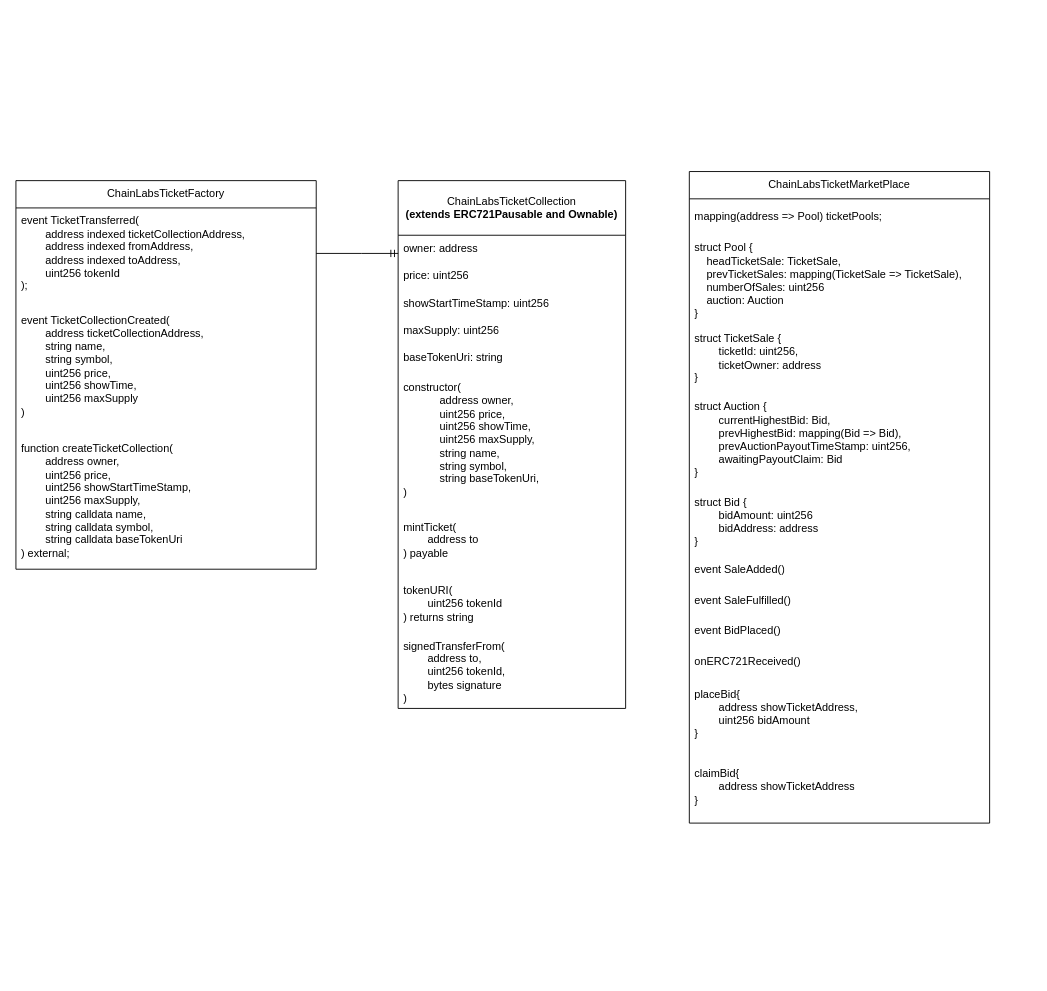
The draw.io diagram design.drawio in SaratAngajalaoffl/chainlabs-ticketing, before the edit. Source tidied: cells renumbered, new cells numbered last; positions are measured from the earlier drawing's top-left corner, leaving out a move shared by most shapes. Both pictures are drawn from the tidied source at 91%, with x=0, y=0 at pixel (15, 171).
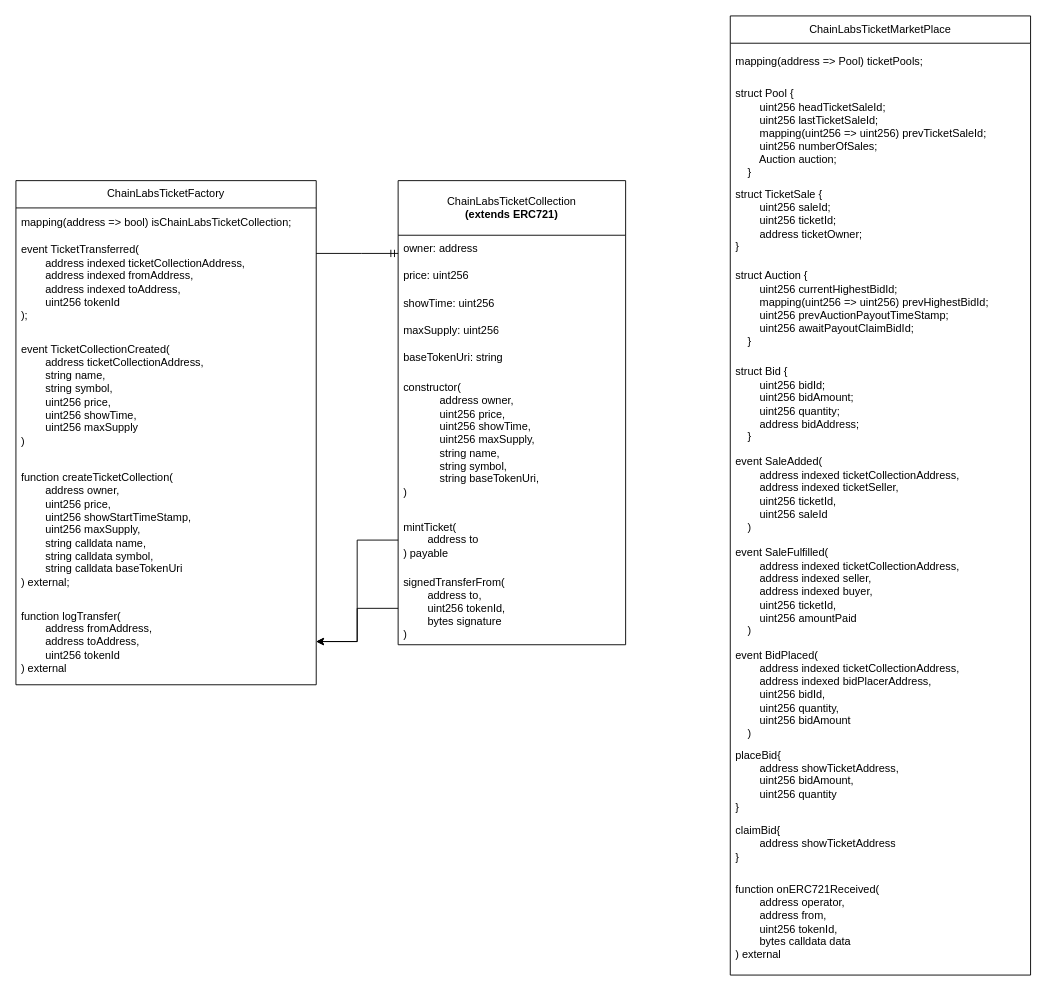
The same page after the edit.

Unchanged cells that the change refers to:
```xml
<mxCell id="14" value="mintTicket(&lt;br&gt;&lt;span style=&quot;white-space: pre;&quot;&gt;&#9;&lt;/span&gt;address to&lt;br&gt;) payable" style="text;strokeColor=none;fillColor=none;align=left;verticalAlign=middle;spacingLeft=4;spacingRight=4;overflow=hidden;points=[[0,0.5],[1,0.5]];portConstraint=eastwest;whiteSpace=wrap;html=1;" parent="7" vertex="1">
  <mxGeometry y="360" width="250" height="70" as="geometry" />
</mxCell>
```

What changed in the source:
```diff
@@
     <mxCell id="3" value="ChainLabsTicketFactory" style="swimlane;fontStyle=0;horizontal=1;startSize=30;whiteSpace=wrap;html=1;" parent="1" vertex="1">
-      <mxGeometry y="10" width="330" height="427" as="geometry" />
+      <mxGeometry y="10" width="330" height="554" as="geometry" />
     </mxCell>
+    <mxCell id="29" value="mapping(address =&amp;gt; bool) isChainLabsTicketCollection;" style="text;strokeColor=none;fillColor=none;align=left;verticalAlign=middle;spacingLeft=4;spacingRight=4;overflow=hidden;whiteSpace=wrap;html=1;" parent="3" vertex="1">
+      <mxGeometry y="30" width="330" height="32" as="geometry" />
+    </mxCell>
     <mxCell id="4" value="&lt;div&gt;event TicketTransferred(&lt;/div&gt;&lt;div&gt;&amp;nbsp; &amp;nbsp; &amp;nbsp; &amp;nbsp; address indexed ticketCollectionAddress,&lt;/div&gt;&lt;div&gt;&amp;nbsp; &amp;nbsp; &amp;nbsp; &amp;nbsp; address indexed fromAddress,&lt;/div&gt;&lt;div&gt;&amp;nbsp; &amp;nbsp; &amp;nbsp; &amp;nbsp; address indexed toAddress,&lt;/div&gt;&lt;div&gt;&amp;nbsp; &amp;nbsp; &amp;nbsp; &amp;nbsp; uint256 tokenId&lt;/div&gt;&lt;div&gt;);&lt;/div&gt;" style="text;strokeColor=none;fillColor=none;align=left;verticalAlign=middle;spacingLeft=4;spacingRight=4;overflow=hidden;points=[[0,0.5],[1,0.5]];portConstraint=eastwest;whiteSpace=wrap;html=1;" parent="3" vertex="1">
-      <mxGeometry y="30" width="330" height="100" as="geometry" />
+      <mxGeometry y="62" width="330" height="100" as="geometry" />
     </mxCell>
     <mxCell id="5" value="&lt;div&gt;event TicketCollectionCreated(&lt;/div&gt;&lt;div&gt;&amp;nbsp; &amp;nbsp; &amp;nbsp; &amp;nbsp; address ticketCollectionAddress,&lt;/div&gt;&lt;div&gt;&amp;nbsp; &amp;nbsp; &amp;nbsp; &amp;nbsp; string name,&lt;/div&gt;&lt;div&gt;&amp;nbsp; &amp;nbsp; &amp;nbsp; &amp;nbsp; string symbol,&lt;/div&gt;&lt;div&gt;&amp;nbsp; &amp;nbsp; &amp;nbsp; &amp;nbsp; uint256 price,&lt;/div&gt;&lt;div&gt;&amp;nbsp; &amp;nbsp; &amp;nbsp; &amp;nbsp; uint256 showTime,&lt;/div&gt;&lt;div&gt;&amp;nbsp; &amp;nbsp; &amp;nbsp; &amp;nbsp; uint256 maxSupply&lt;/div&gt;&lt;div&gt;)&lt;/div&gt;" style="text;strokeColor=none;fillColor=none;align=left;verticalAlign=middle;spacingLeft=4;spacingRight=4;overflow=hidden;whiteSpace=wrap;html=1;" parent="3" vertex="1">
-      <mxGeometry y="130" width="330" height="147" as="geometry" />
+      <mxGeometry y="162" width="330" height="147" as="geometry" />
     </mxCell>
     <mxCell id="6" value="&lt;div&gt;function createTicketCollection(&lt;/div&gt;&lt;div&gt;&amp;nbsp; &amp;nbsp; &amp;nbsp; &amp;nbsp; address owner,&lt;/div&gt;&lt;div&gt;&amp;nbsp; &amp;nbsp; &amp;nbsp; &amp;nbsp; uint256 price,&lt;/div&gt;&lt;div&gt;&amp;nbsp; &amp;nbsp; &amp;nbsp; &amp;nbsp; uint256 showStartTimeStamp,&lt;/div&gt;&lt;div&gt;&amp;nbsp; &amp;nbsp; &amp;nbsp; &amp;nbsp; uint256 maxSupply,&lt;/div&gt;&lt;div&gt;&amp;nbsp; &amp;nbsp; &amp;nbsp; &amp;nbsp; string calldata name,&lt;/div&gt;&lt;div&gt;&amp;nbsp; &amp;nbsp; &amp;nbsp; &amp;nbsp; string calldata symbol,&lt;/div&gt;&lt;div&gt;&amp;nbsp; &amp;nbsp; &amp;nbsp; &amp;nbsp; string calldata baseTokenUri&lt;/div&gt;&lt;div&gt;&lt;span style=&quot;background-color: initial;&quot;&gt;) external;&lt;/span&gt;&lt;/div&gt;" style="text;strokeColor=none;fillColor=none;align=left;verticalAlign=middle;spacingLeft=4;spacingRight=4;overflow=hidden;whiteSpace=wrap;html=1;" parent="3" vertex="1">
-      <mxGeometry y="277" width="330" height="150" as="geometry" />
+      <mxGeometry y="309" width="330" height="150" as="geometry" />
     </mxCell>
+    <mxCell id="30" value="&lt;div&gt;function logTransfer(&lt;/div&gt;&lt;div&gt;&amp;nbsp; &amp;nbsp; &amp;nbsp; &amp;nbsp; address fromAddress,&lt;/div&gt;&lt;div&gt;&amp;nbsp; &amp;nbsp; &amp;nbsp; &amp;nbsp; address toAddress,&lt;/div&gt;&lt;div&gt;&amp;nbsp; &amp;nbsp; &amp;nbsp; &amp;nbsp; uint256 tokenId&lt;/div&gt;&lt;div&gt;) external&lt;/div&gt;" style="text;strokeColor=none;fillColor=none;align=left;verticalAlign=middle;spacingLeft=4;spacingRight=4;overflow=hidden;points=[[0,0.5],[1,0.5]];portConstraint=eastwest;whiteSpace=wrap;html=1;" parent="3" vertex="1">
+      <mxGeometry y="459" width="330" height="95" as="geometry" />
+    </mxCell>
-    <mxCell id="7" value="ChainLabsTicketCollection&lt;br style=&quot;border-color: var(--border-color); font-weight: 700;&quot;&gt;&lt;span style=&quot;font-weight: 700;&quot;&gt;(extends ERC721Pausable and Ownable)&lt;/span&gt;" style="swimlane;fontStyle=0;horizontal=1;startSize=60;whiteSpace=wrap;html=1;" parent="1" vertex="1">
-      <mxGeometry x="420" y="10" width="250" height="580" as="geometry" />
+    <mxCell id="7" value="ChainLabsTicketCollection&lt;br style=&quot;border-color: var(--border-color); font-weight: 700;&quot;&gt;&lt;span style=&quot;font-weight: 700;&quot;&gt;(extends ERC721)&lt;/span&gt;" style="swimlane;fontStyle=0;horizontal=1;startSize=60;whiteSpace=wrap;html=1;" parent="1" vertex="1">
+      <mxGeometry x="420" y="10" width="250" height="510" as="geometry" />
     </mxCell>
@@
-    <mxCell id="10" value="showStartTimeStamp: uint256" style="text;strokeColor=none;fillColor=none;align=left;verticalAlign=middle;spacingLeft=4;spacingRight=4;overflow=hidden;whiteSpace=wrap;html=1;" parent="7" vertex="1">
+    <mxCell id="10" value="showTime: uint256" style="text;strokeColor=none;fillColor=none;align=left;verticalAlign=middle;spacingLeft=4;spacingRight=4;overflow=hidden;whiteSpace=wrap;html=1;" parent="7" vertex="1">
       <mxGeometry y="120" width="250" height="30" as="geometry" />
     </mxCell>
@@
-    <mxCell id="15" value="tokenURI(&lt;br&gt;&lt;span style=&quot;white-space: pre;&quot;&gt;&#9;&lt;/span&gt;uint256 tokenId&lt;br&gt;) returns string" style="text;strokeColor=none;fillColor=none;align=left;verticalAlign=middle;spacingLeft=4;spacingRight=4;overflow=hidden;whiteSpace=wrap;html=1;" parent="7" vertex="1">
-      <mxGeometry y="430" width="250" height="70" as="geometry" />
-    </mxCell>
     <mxCell id="16" value="signedTransferFrom(&lt;br&gt;&lt;span style=&quot;white-space: pre;&quot;&gt;&#9;&lt;/span&gt;address to,&lt;br&gt;&lt;span style=&quot;white-space: pre;&quot;&gt;&#9;&lt;/span&gt;uint256 tokenId,&lt;br&gt;&lt;span style=&quot;white-space: pre;&quot;&gt;&#9;&lt;/span&gt;bytes signature&lt;br&gt;)" style="text;strokeColor=none;fillColor=none;align=left;verticalAlign=middle;spacingLeft=4;spacingRight=4;overflow=hidden;points=[[0,0.5],[1,0.5]];portConstraint=eastwest;whiteSpace=wrap;html=1;" parent="7" vertex="1">
-      <mxGeometry y="500" width="250" height="80" as="geometry" />
+      <mxGeometry y="430" width="250" height="80" as="geometry" />
     </mxCell>
     <mxCell id="17" value="ChainLabsTicketMarketPlace" style="swimlane;fontStyle=0;horizontal=1;startSize=30;whiteSpace=wrap;html=1;" parent="1" vertex="1">
-      <mxGeometry x="740" width="330" height="716" as="geometry" />
+      <mxGeometry x="785" y="-171" width="330" height="1054" as="geometry" />
     </mxCell>
@@
-    <mxCell id="19" value="struct Pool {&lt;br&gt;&lt;span style=&quot;&quot;&gt;&lt;span style=&quot;&quot;&gt;&amp;nbsp;&amp;nbsp;&amp;nbsp;&amp;nbsp;&lt;/span&gt;&lt;/span&gt;headTicketSale: TicketSale,&lt;br&gt;&lt;span style=&quot;&quot;&gt;&lt;span style=&quot;&quot;&gt;&amp;nbsp;&amp;nbsp;&amp;nbsp;&amp;nbsp;&lt;/span&gt;&lt;/span&gt;prevTicketSales: mapping(TicketSale&amp;nbsp;=&amp;gt; TicketSale),&lt;br&gt;&lt;span style=&quot;&quot;&gt;&lt;span style=&quot;&quot;&gt;&amp;nbsp; &amp;nbsp; numberOfSales&lt;/span&gt;&lt;/span&gt;: uint256&lt;br&gt;&lt;span style=&quot;&quot;&gt;&lt;span style=&quot;&quot;&gt;&amp;nbsp;&amp;nbsp;&amp;nbsp;&amp;nbsp;&lt;/span&gt;&lt;/span&gt;auction: Auction&lt;br&gt;}" style="text;strokeColor=none;fillColor=none;align=left;verticalAlign=middle;spacingLeft=4;spacingRight=4;overflow=hidden;whiteSpace=wrap;html=1;" parent="17" vertex="1">
-      <mxGeometry y="70" width="330" height="100" as="geometry" />
+    <mxCell id="19" value="&lt;div&gt;struct Pool {&lt;/div&gt;&lt;div&gt;&amp;nbsp; &amp;nbsp; &amp;nbsp; &amp;nbsp; uint256 headTicketSaleId;&lt;/div&gt;&lt;div&gt;&amp;nbsp; &amp;nbsp; &amp;nbsp; &amp;nbsp; uint256 lastTicketSaleId;&lt;/div&gt;&lt;div&gt;&amp;nbsp; &amp;nbsp; &amp;nbsp; &amp;nbsp; mapping(uint256 =&amp;gt; uint256) prevTicketSaleId;&lt;/div&gt;&lt;div&gt;&amp;nbsp; &amp;nbsp; &amp;nbsp; &amp;nbsp; uint256 numberOfSales;&lt;/div&gt;&lt;div&gt;&amp;nbsp; &amp;nbsp; &amp;nbsp; &amp;nbsp; Auction auction;&lt;/div&gt;&lt;div&gt;&amp;nbsp; &amp;nbsp; }&lt;/div&gt;" style="text;strokeColor=none;fillColor=none;align=left;verticalAlign=middle;spacingLeft=4;spacingRight=4;overflow=hidden;whiteSpace=wrap;html=1;" parent="17" vertex="1">
+      <mxGeometry y="70" width="330" height="117" as="geometry" />
     </mxCell>
-    <mxCell id="20" value="struct TicketSale {&lt;br&gt;&lt;span style=&quot;white-space: pre;&quot;&gt;&#9;&lt;/span&gt;ticketId: uint256,&lt;br&gt;&lt;span style=&quot;white-space: pre;&quot;&gt;&#9;&lt;/span&gt;ticketOwner: address&lt;br&gt;}" style="text;strokeColor=none;fillColor=none;align=left;verticalAlign=middle;spacingLeft=4;spacingRight=4;overflow=hidden;whiteSpace=wrap;html=1;" parent="17" vertex="1">
-      <mxGeometry y="170" width="330" height="70" as="geometry" />
+    <mxCell id="20" value="&lt;div&gt;struct TicketSale {&lt;/div&gt;&lt;div&gt;&amp;nbsp; &amp;nbsp; &amp;nbsp; &amp;nbsp; uint256 saleId;&lt;/div&gt;&lt;div&gt;&amp;nbsp; &amp;nbsp; &amp;nbsp; &amp;nbsp; uint256 ticketId;&lt;/div&gt;&lt;div&gt;&amp;nbsp; &amp;nbsp; &amp;nbsp; &amp;nbsp; address ticketOwner;&lt;/div&gt;&lt;div&gt;}&lt;/div&gt;&lt;div&gt;&lt;br&gt;&lt;/div&gt;" style="text;strokeColor=none;fillColor=none;align=left;verticalAlign=middle;spacingLeft=4;spacingRight=4;overflow=hidden;whiteSpace=wrap;html=1;" parent="17" vertex="1">
+      <mxGeometry y="187" width="330" height="80" as="geometry" />
     </mxCell>
-    <mxCell id="21" value="struct Auction {&lt;br&gt;&lt;span style=&quot;white-space: pre;&quot;&gt;&#9;&lt;/span&gt;currentHighestBid: Bid,&lt;br&gt;&lt;span style=&quot;white-space: pre;&quot;&gt;&#9;&lt;/span&gt;prevHighestBid: mapping(Bid =&amp;gt; Bid),&lt;br&gt;&lt;span style=&quot;white-space: pre;&quot;&gt;&#9;&lt;/span&gt;prevAuctionPayoutTimeStamp: uint256,&lt;br&gt;&lt;span style=&quot;white-space: pre;&quot;&gt;&#9;&lt;/span&gt;awaitingPayoutClaim: Bid&lt;br&gt;}" style="text;strokeColor=none;fillColor=none;align=left;verticalAlign=middle;spacingLeft=4;spacingRight=4;overflow=hidden;whiteSpace=wrap;html=1;" parent="17" vertex="1">
-      <mxGeometry y="240" width="330" height="110" as="geometry" />
+    <mxCell id="21" value="&lt;div&gt;struct Auction {&lt;/div&gt;&lt;div&gt;&amp;nbsp; &amp;nbsp; &amp;nbsp; &amp;nbsp; uint256 currentHighestBidId;&lt;/div&gt;&lt;div&gt;&amp;nbsp; &amp;nbsp; &amp;nbsp; &amp;nbsp; mapping(uint256 =&amp;gt; uint256) prevHighestBidId;&lt;/div&gt;&lt;div&gt;&amp;nbsp; &amp;nbsp; &amp;nbsp; &amp;nbsp; uint256 prevAuctionPayoutTimeStamp;&lt;/div&gt;&lt;div&gt;&amp;nbsp; &amp;nbsp; &amp;nbsp; &amp;nbsp; uint256 awaitPayoutClaimBidId;&lt;/div&gt;&lt;div&gt;&amp;nbsp; &amp;nbsp; }&lt;/div&gt;" style="text;strokeColor=none;fillColor=none;align=left;verticalAlign=middle;spacingLeft=4;spacingRight=4;overflow=hidden;whiteSpace=wrap;html=1;" parent="17" vertex="1">
+      <mxGeometry y="267" width="330" height="110" as="geometry" />
     </mxCell>
-    <mxCell id="22" value="struct Bid {&lt;br&gt;&lt;span style=&quot;white-space: pre;&quot;&gt;&#9;&lt;/span&gt;bidAmount: uint256&lt;br&gt;&lt;span style=&quot;white-space: pre;&quot;&gt;&#9;&lt;/span&gt;bidAddress: address&lt;br&gt;}" style="text;strokeColor=none;fillColor=none;align=left;verticalAlign=middle;spacingLeft=4;spacingRight=4;overflow=hidden;whiteSpace=wrap;html=1;" parent="17" vertex="1">
-      <mxGeometry y="350" width="330" height="70" as="geometry" />
+    <mxCell id="22" value="&lt;div&gt;struct Bid {&lt;/div&gt;&lt;div&gt;&amp;nbsp; &amp;nbsp; &amp;nbsp; &amp;nbsp; uint256 bidId;&lt;/div&gt;&lt;div&gt;&amp;nbsp; &amp;nbsp; &amp;nbsp; &amp;nbsp; uint256 bidAmount;&lt;/div&gt;&lt;div&gt;&amp;nbsp; &amp;nbsp; &amp;nbsp; &amp;nbsp; uint256 quantity;&lt;/div&gt;&lt;div&gt;&amp;nbsp; &amp;nbsp; &amp;nbsp; &amp;nbsp; address bidAddress;&lt;/div&gt;&lt;div&gt;&amp;nbsp; &amp;nbsp; }&lt;/div&gt;" style="text;strokeColor=none;fillColor=none;align=left;verticalAlign=middle;spacingLeft=4;spacingRight=4;overflow=hidden;whiteSpace=wrap;html=1;" parent="17" vertex="1">
+      <mxGeometry y="377" width="330" height="99" as="geometry" />
     </mxCell>
-    <mxCell id="23" value="event SaleAdded()" style="text;strokeColor=none;fillColor=none;align=left;verticalAlign=middle;spacingLeft=4;spacingRight=4;overflow=hidden;whiteSpace=wrap;html=1;" parent="17" vertex="1">
-      <mxGeometry y="420" width="330" height="36" as="geometry" />
+    <mxCell id="23" value="&lt;div&gt;event SaleAdded(&lt;/div&gt;&lt;div&gt;&amp;nbsp; &amp;nbsp; &amp;nbsp; &amp;nbsp; address indexed ticketCollectionAddress,&lt;/div&gt;&lt;div&gt;&amp;nbsp; &amp;nbsp; &amp;nbsp; &amp;nbsp; address indexed ticketSeller,&lt;/div&gt;&lt;div&gt;&amp;nbsp; &amp;nbsp; &amp;nbsp; &amp;nbsp; uint256 ticketId,&lt;/div&gt;&lt;div&gt;&amp;nbsp; &amp;nbsp; &amp;nbsp; &amp;nbsp; uint256 saleId&lt;/div&gt;&lt;div&gt;&amp;nbsp; &amp;nbsp; )&lt;/div&gt;" style="text;strokeColor=none;fillColor=none;align=left;verticalAlign=middle;spacingLeft=4;spacingRight=4;overflow=hidden;whiteSpace=wrap;html=1;" parent="17" vertex="1">
+      <mxGeometry y="476" width="330" height="99" as="geometry" />
     </mxCell>
-    <mxCell id="24" value="event SaleFulfilled()" style="text;strokeColor=none;fillColor=none;align=left;verticalAlign=middle;spacingLeft=4;spacingRight=4;overflow=hidden;whiteSpace=wrap;html=1;" parent="17" vertex="1">
-      <mxGeometry y="456" width="330" height="31" as="geometry" />
+    <mxCell id="24" value="&lt;div&gt;event SaleFulfilled(&lt;/div&gt;&lt;div&gt;&amp;nbsp; &amp;nbsp; &amp;nbsp; &amp;nbsp; address indexed ticketCollectionAddress,&lt;/div&gt;&lt;div&gt;&amp;nbsp; &amp;nbsp; &amp;nbsp; &amp;nbsp; address indexed seller,&lt;/div&gt;&lt;div&gt;&amp;nbsp; &amp;nbsp; &amp;nbsp; &amp;nbsp; address indexed buyer,&lt;/div&gt;&lt;div&gt;&amp;nbsp; &amp;nbsp; &amp;nbsp; &amp;nbsp; uint256 ticketId,&lt;/div&gt;&lt;div&gt;&amp;nbsp; &amp;nbsp; &amp;nbsp; &amp;nbsp; uint256 amountPaid&lt;/div&gt;&lt;div&gt;&amp;nbsp; &amp;nbsp; )&lt;/div&gt;" style="text;strokeColor=none;fillColor=none;align=left;verticalAlign=middle;spacingLeft=4;spacingRight=4;overflow=hidden;whiteSpace=wrap;html=1;" parent="17" vertex="1">
+      <mxGeometry y="575" width="330" height="116" as="geometry" />
     </mxCell>
-    <mxCell id="25" value="event BidPlaced()" style="text;strokeColor=none;fillColor=none;align=left;verticalAlign=middle;spacingLeft=4;spacingRight=4;overflow=hidden;whiteSpace=wrap;html=1;" parent="17" vertex="1">
-      <mxGeometry y="487" width="330" height="35" as="geometry" />
+    <mxCell id="25" value="&lt;div&gt;event BidPlaced(&lt;/div&gt;&lt;div&gt;&amp;nbsp; &amp;nbsp; &amp;nbsp; &amp;nbsp; address indexed ticketCollectionAddress,&lt;/div&gt;&lt;div&gt;&amp;nbsp; &amp;nbsp; &amp;nbsp; &amp;nbsp; address indexed bidPlacerAddress,&lt;/div&gt;&lt;div&gt;&amp;nbsp; &amp;nbsp; &amp;nbsp; &amp;nbsp; uint256 bidId,&lt;/div&gt;&lt;div&gt;&amp;nbsp; &amp;nbsp; &amp;nbsp; &amp;nbsp; uint256 quantity,&lt;/div&gt;&lt;div&gt;&amp;nbsp; &amp;nbsp; &amp;nbsp; &amp;nbsp; uint256 bidAmount&lt;/div&gt;&lt;div&gt;&amp;nbsp; &amp;nbsp; )&lt;/div&gt;" style="text;strokeColor=none;fillColor=none;align=left;verticalAlign=middle;spacingLeft=4;spacingRight=4;overflow=hidden;whiteSpace=wrap;html=1;" parent="17" vertex="1">
+      <mxGeometry y="691" width="330" height="110" as="geometry" />
     </mxCell>
-    <mxCell id="26" value="onERC721Received()" style="text;strokeColor=none;fillColor=none;align=left;verticalAlign=middle;spacingLeft=4;spacingRight=4;overflow=hidden;whiteSpace=wrap;html=1;" parent="17" vertex="1">
-      <mxGeometry y="522" width="330" height="34" as="geometry" />
-    </mxCell>
-    <mxCell id="27" value="placeBid{&lt;br&gt;&lt;span style=&quot;white-space: pre;&quot;&gt;&#9;&lt;/span&gt;address showTicketAddress,&lt;br&gt;&lt;span style=&quot;white-space: pre;&quot;&gt;&#9;&lt;/span&gt;uint256 bidAmount&lt;br&gt;}" style="text;strokeColor=none;fillColor=none;align=left;verticalAlign=middle;spacingLeft=4;spacingRight=4;overflow=hidden;whiteSpace=wrap;html=1;" parent="17" vertex="1">
-      <mxGeometry y="556" width="330" height="80" as="geometry" />
+    <mxCell id="27" value="placeBid{&lt;br&gt;&lt;span style=&quot;white-space: pre;&quot;&gt;&#9;&lt;/span&gt;address showTicketAddress,&lt;br&gt;&lt;span style=&quot;white-space: pre;&quot;&gt;&#9;&lt;/span&gt;uint256 bidAmount,&lt;br&gt;&lt;span style=&quot;white-space: pre;&quot;&gt;&#9;&lt;/span&gt;uint256 quantity&lt;br&gt;}" style="text;strokeColor=none;fillColor=none;align=left;verticalAlign=middle;spacingLeft=4;spacingRight=4;overflow=hidden;whiteSpace=wrap;html=1;" parent="17" vertex="1">
+      <mxGeometry y="801" width="330" height="80" as="geometry" />
     </mxCell>
     <mxCell id="28" value="claimBid{&lt;br&gt;&lt;span style=&quot;white-space: pre;&quot;&gt;&#9;&lt;/span&gt;address showTicketAddress&lt;br&gt;}" style="text;strokeColor=none;fillColor=none;align=left;verticalAlign=middle;spacingLeft=4;spacingRight=4;overflow=hidden;whiteSpace=wrap;html=1;" parent="17" vertex="1">
-      <mxGeometry y="636" width="330" height="80" as="geometry" />
+      <mxGeometry y="881" width="330" height="57" as="geometry" />
     </mxCell>
+    <mxCell id="31" value="&lt;div&gt;function onERC721Received(&lt;/div&gt;&lt;div&gt;&lt;span style=&quot;white-space: pre;&quot;&gt;&#9;&lt;/span&gt;address operator,&lt;br&gt;&lt;/div&gt;&lt;div&gt;&lt;/div&gt;&lt;div&gt;&amp;nbsp; &amp;nbsp; &amp;nbsp; &amp;nbsp; address from,&lt;/div&gt;&lt;div&gt;&amp;nbsp; &amp;nbsp; &amp;nbsp; &amp;nbsp; uint256 tokenId,&lt;/div&gt;&lt;div&gt;&amp;nbsp; &amp;nbsp; &amp;nbsp; &amp;nbsp; bytes calldata data&lt;/div&gt;&lt;div&gt;) external&amp;nbsp;&lt;/div&gt;" style="text;strokeColor=none;fillColor=none;align=left;verticalAlign=middle;spacingLeft=4;spacingRight=4;overflow=hidden;whiteSpace=wrap;html=1;" parent="17" vertex="1">
+      <mxGeometry y="938" width="330" height="116" as="geometry" />
+    </mxCell>
+    <mxCell id="32" style="edgeStyle=orthogonalEdgeStyle;rounded=0;jettySize=auto;html=1;" parent="1" edge="1" source="14" target="30">
+      <mxGeometry relative="1" as="geometry" />
+    </mxCell>
+    <mxCell id="33" style="edgeStyle=orthogonalEdgeStyle;rounded=0;jettySize=auto;html=1;" parent="1" edge="1" source="16" target="30">
+      <mxGeometry relative="1" as="geometry" />
+    </mxCell>
```
